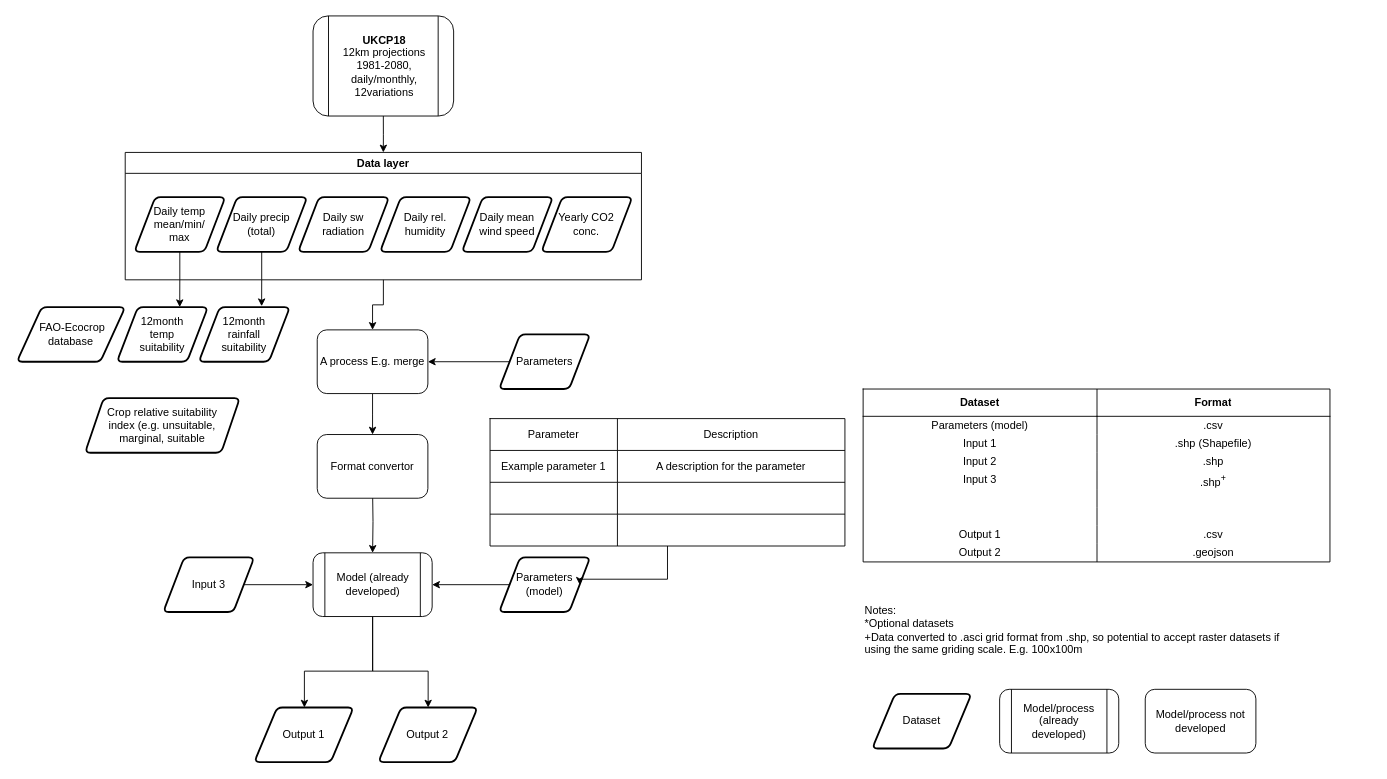
OpenCLIM/workflow-diagrams keeps this draw.io diagram as cropnet/cropnet.drawio. Above is the earlier version. Source tidied: cells renumbered, new cells numbered last; positions are measured from the earlier drawing's top-left corner, leaving out a move shared by most shapes. Both pictures are drawn from the tidied source at 91%, with x=0, y=0 at pixel (16, 15).
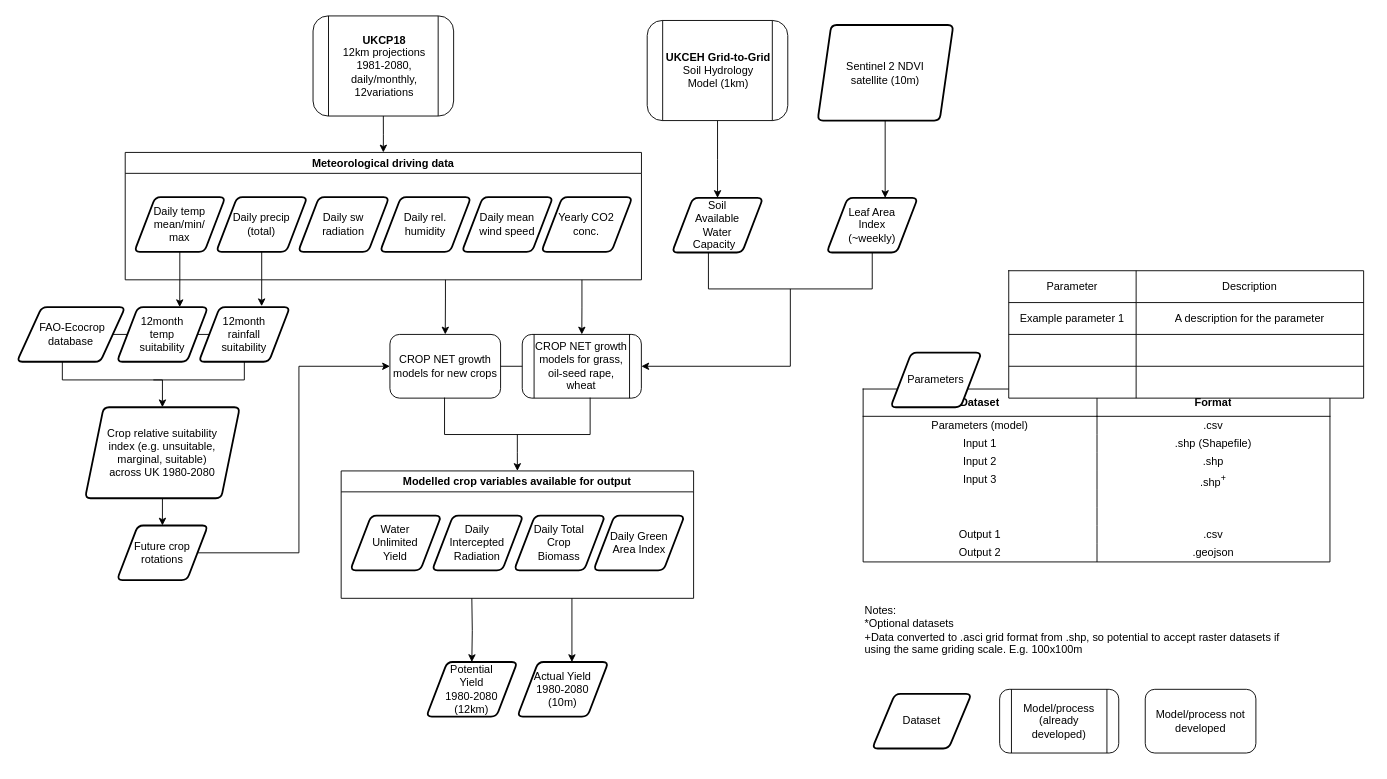
The same page after the edit.

Unchanged cells that the change refers to:
```xml
<mxCell id="74" value="&lt;div&gt;12month &lt;br&gt;&lt;/div&gt;&lt;div&gt;temp&lt;/div&gt;&lt;div&gt;suitability&lt;br&gt;&lt;/div&gt;" style="shape=parallelogram;html=1;strokeWidth=2;perimeter=parallelogramPerimeter;whiteSpace=wrap;rounded=1;arcSize=12;size=0.23;" parent="1" vertex="1">
  <mxGeometry x="110" y="320" width="100" height="60" as="geometry" />
</mxCell>
<mxCell id="75" value="&lt;div&gt;12month &lt;br&gt;&lt;/div&gt;&lt;div&gt;rainfall&lt;/div&gt;&lt;div&gt;suitability&lt;br&gt;&lt;/div&gt;" style="shape=parallelogram;html=1;strokeWidth=2;perimeter=parallelogramPerimeter;whiteSpace=wrap;rounded=1;arcSize=12;size=0.23;" parent="1" vertex="1">
  <mxGeometry x="200" y="320" width="100" height="60" as="geometry" />
</mxCell>
<mxCell id="79" value="&lt;div&gt;&amp;nbsp;FAO-Ecocrop&lt;/div&gt;&lt;div&gt;database&lt;br&gt;&lt;/div&gt;" style="shape=parallelogram;html=1;strokeWidth=2;perimeter=parallelogramPerimeter;whiteSpace=wrap;rounded=1;arcSize=12;size=0.23;" parent="1" vertex="1">
  <mxGeometry y="320" width="119.1" height="60" as="geometry" />
</mxCell>
```

Diff of the diagram source:
```diff
@@
-    <mxCell id="2" style="edgeStyle=orthogonalEdgeStyle;rounded=0;jettySize=auto;html=1;exitX=0.5;exitY=1;exitDx=0;exitDy=0;" parent="1" edge="1" source="66" target="6">
-      <mxGeometry relative="1" as="geometry">
-        <Array as="points">
-          <mxPoint x="391" y="720" />
-          <mxPoint x="316" y="720" />
-        </Array>
-      </mxGeometry>
-    </mxCell>
-    <mxCell id="3" style="edgeStyle=orthogonalEdgeStyle;rounded=0;jettySize=auto;html=1;" parent="1" edge="1" source="66" target="48">
-      <mxGeometry relative="1" as="geometry">
-        <Array as="points">
-          <mxPoint x="391" y="720" />
-          <mxPoint x="452" y="720" />
-        </Array>
-      </mxGeometry>
-    </mxCell>
-    <mxCell id="4" style="edgeStyle=orthogonalEdgeStyle;rounded=0;jettySize=auto;html=1;" parent="1" edge="1" source="5" target="66">
-      <mxGeometry relative="1" as="geometry" />
-    </mxCell>
-    <mxCell id="5" value="Input 3" style="shape=parallelogram;html=1;strokeWidth=2;perimeter=parallelogramPerimeter;whiteSpace=wrap;rounded=1;arcSize=12;size=0.23;" parent="1" vertex="1">
-      <mxGeometry x="160.9" y="595" width="100" height="60" as="geometry" />
-    </mxCell>
-    <mxCell id="6" value="&lt;div&gt;Output 1&lt;/div&gt;" style="shape=parallelogram;html=1;strokeWidth=2;perimeter=parallelogramPerimeter;whiteSpace=wrap;rounded=1;arcSize=12;size=0.23;" parent="1" vertex="1">
-      <mxGeometry x="260.9" y="760" width="109.1" height="60" as="geometry" />
-    </mxCell>
-    <mxCell id="7" style="edgeStyle=orthogonalEdgeStyle;rounded=0;jettySize=auto;html=1;exitX=0.5;exitY=1;exitDx=0;exitDy=0;" parent="1" edge="1" source="68" target="67">
-      <mxGeometry relative="1" as="geometry" />
-    </mxCell>
-    <mxCell id="8" style="edgeStyle=orthogonalEdgeStyle;rounded=0;jettySize=auto;html=1;" parent="1" edge="1" source="9" target="66">
-      <mxGeometry relative="1" as="geometry" />
-    </mxCell>
-    <mxCell id="9" value="Parameters (model)" style="shape=parallelogram;html=1;strokeWidth=2;perimeter=parallelogramPerimeter;whiteSpace=wrap;rounded=1;arcSize=12;size=0.23;" parent="1" vertex="1">
-      <mxGeometry x="530" y="595" width="100" height="60" as="geometry" />
-    </mxCell>
-    <mxCell id="10" style="edgeStyle=orthogonalEdgeStyle;rounded=0;jettySize=auto;html=1;entryX=0.5;entryY=0;entryDx=0;entryDy=0;" parent="1" edge="1" target="66">
-      <mxGeometry relative="1" as="geometry">
-        <mxPoint x="390.9" y="520" as="sourcePoint" />
-      </mxGeometry>
-    </mxCell>
     <mxCell id="11" style="edgeStyle=orthogonalEdgeStyle;rounded=0;jettySize=auto;html=1;entryX=0.5;entryY=0;entryDx=0;entryDy=0;" parent="1" edge="1" source="12" target="68">
-      <mxGeometry relative="1" as="geometry" />
+      <mxGeometry relative="1" as="geometry">
+        <Array as="points">
+          <mxPoint x="471" y="310" />
+          <mxPoint x="471" y="310" />
+        </Array>
+      </mxGeometry>
     </mxCell>
-    <mxCell id="12" value="Data layer" style="swimlane;" parent="1" vertex="1">
+    <mxCell id="12" value="Meteorological driving data" style="swimlane;" parent="1" vertex="1">
       <mxGeometry x="119.1" y="150" width="567.3" height="140" as="geometry" />
     </mxCell>
@@
-    <mxCell id="48" value="Output 2" style="shape=parallelogram;html=1;strokeWidth=2;perimeter=parallelogramPerimeter;whiteSpace=wrap;rounded=1;arcSize=12;size=0.23;" parent="1" vertex="1">
-      <mxGeometry x="397.2" y="760" width="109.1" height="60" as="geometry" />
-    </mxCell>
-    <mxCell id="49" style="edgeStyle=orthogonalEdgeStyle;rounded=0;jettySize=auto;html=1;" parent="1" edge="1" source="50" target="68">
-      <mxGeometry relative="1" as="geometry" />
-    </mxCell>
     <mxCell id="50" value="Parameters" style="shape=parallelogram;html=1;strokeWidth=2;perimeter=parallelogramPerimeter;whiteSpace=wrap;rounded=1;arcSize=12;size=0.23;" parent="1" vertex="1">
-      <mxGeometry x="530" y="350" width="100" height="60" as="geometry" />
+      <mxGeometry x="960.1" y="370" width="100" height="60" as="geometry" />
     </mxCell>
-    <mxCell id="51" style="edgeStyle=orthogonalEdgeStyle;rounded=0;jettySize=auto;html=1;entryX=1;entryY=0.5;entryDx=0;entryDy=0;" parent="1" edge="1" source="52" target="9">
-      <mxGeometry relative="1" as="geometry">
-        <Array as="points">
-          <mxPoint x="715" y="619" />
-        </Array>
-      </mxGeometry>
-    </mxCell>
     <mxCell id="52" style="shape=table;html=1;whiteSpace=wrap;startSize=0;childLayout=tableLayout;" parent="1" vertex="1">
-      <mxGeometry x="520" y="442.5" width="390" height="140" as="geometry" />
+      <mxGeometry x="1090" y="280" width="390" height="140" as="geometry" />
     </mxCell>
@@
-    <mxCell id="66" value="Model (already developed)" style="shape=process;whiteSpace=wrap;html=1;backgroundOutline=1;shadow=0;fontFamily=Helvetica;fontSize=12;fontColor=#000000;align=center;strokeColor=#000000;strokeWidth=1;fillColor=#ffffff;rounded=1;" parent="1" vertex="1">
-      <mxGeometry x="325.5" y="590" width="130.9" height="70" as="geometry" />
-    </mxCell>
-    <mxCell id="67" value="Format convertor" style="rounded=1;whiteSpace=wrap;html=1;fontSize=12;glass=0;strokeWidth=1;shadow=0;" parent="1" vertex="1">
-      <mxGeometry x="330.1" y="460" width="121.6" height="70" as="geometry" />
-    </mxCell>
-    <mxCell id="68" value="A process E.g. merge" style="rounded=1;whiteSpace=wrap;html=1;fontSize=12;glass=0;strokeWidth=1;shadow=0;" parent="1" vertex="1">
-      <mxGeometry x="330.1" y="345" width="121.6" height="70" as="geometry" />
+    <mxCell id="68" value="CROP NET growth models for new crops" style="rounded=1;whiteSpace=wrap;html=1;fontSize=12;glass=0;strokeWidth=1;shadow=0;" parent="1" vertex="1">
+      <mxGeometry x="410" y="350" width="121.6" height="70" as="geometry" />
     </mxCell>
@@
+    <mxCell id="80" style="edgeStyle=orthogonalEdgeStyle;rounded=0;jettySize=auto;html=1;exitX=0.5;exitY=1;exitDx=0;exitDy=0;entryX=0.5;entryY=0;entryDx=0;entryDy=0;" parent="1" edge="1" source="78" target="82">
+      <mxGeometry relative="1" as="geometry" />
+    </mxCell>
-    <mxCell id="78" value="&lt;div&gt;Crop relative suitability&lt;/div&gt;&lt;div&gt;index (e.g. unsuitable,&lt;/div&gt;&lt;div&gt;marginal, suitable&lt;br&gt;&lt;/div&gt;" style="shape=parallelogram;html=1;strokeWidth=2;perimeter=parallelogramPerimeter;whiteSpace=wrap;rounded=1;arcSize=12;size=0.12;" parent="1" vertex="1">
-      <mxGeometry x="75" y="420" width="170" height="60" as="geometry" />
+    <mxCell id="78" value="&lt;div&gt;Crop relative suitability&lt;/div&gt;&lt;div&gt;index (e.g. unsuitable,&lt;/div&gt;&lt;div&gt;marginal, suitable)&lt;/div&gt;&lt;div&gt; across UK 1980-2080&lt;br&gt;&lt;/div&gt;" style="shape=parallelogram;html=1;strokeWidth=2;perimeter=parallelogramPerimeter;whiteSpace=wrap;rounded=1;arcSize=12;size=0.12;" parent="1" vertex="1">
+      <mxGeometry x="75" y="430" width="170" height="100" as="geometry" />
     </mxCell>
@@
+    <mxCell id="81" style="edgeStyle=orthogonalEdgeStyle;rounded=0;jettySize=auto;html=1;exitX=1;exitY=0.5;exitDx=0;exitDy=0;entryX=0;entryY=0.5;entryDx=0;entryDy=0;" parent="1" edge="1" source="82" target="68">
+      <mxGeometry relative="1" as="geometry" />
+    </mxCell>
+    <mxCell id="82" value="&lt;div&gt;Future crop&lt;/div&gt;&lt;div&gt;rotations&lt;br&gt;&lt;/div&gt;" style="shape=parallelogram;html=1;strokeWidth=2;perimeter=parallelogramPerimeter;whiteSpace=wrap;rounded=1;arcSize=12;size=0.23;" parent="1" vertex="1">
+      <mxGeometry x="110" y="560" width="100" height="60" as="geometry" />
+    </mxCell>
+    <mxCell id="83" style="endArrow=none;html=1;entryX=0;entryY=0.5;entryDx=0;entryDy=0;" parent="1" edge="1" source="79" target="74">
+      <mxGeometry relative="1" as="geometry" />
+    </mxCell>
+    <mxCell id="84" style="endArrow=none;html=1;entryX=0;entryY=0.5;entryDx=0;entryDy=0;exitX=1;exitY=0.5;exitDx=0;exitDy=0;" parent="1" edge="1" source="74" target="75">
+      <mxGeometry relative="1" as="geometry" />
+    </mxCell>
+    <mxCell id="85" style="edgeStyle=orthogonalEdgeStyle;rounded=0;jettySize=auto;html=1;exitX=0.5;exitY=1;exitDx=0;exitDy=0;entryX=0.5;entryY=0;entryDx=0;entryDy=0;" parent="1" edge="1" source="86" target="78">
+      <mxGeometry relative="1" as="geometry">
+        <Array as="points">
+          <mxPoint x="160" y="400" />
+        </Array>
+      </mxGeometry>
+    </mxCell>
+    <mxCell id="86" style="shape=partialRectangle;whiteSpace=wrap;html=1;bottom=1;right=1;left=1;top=0;fillColor=none;routingCenterX=-0.5;" parent="1" vertex="1">
+      <mxGeometry x="50" y="380" width="200" height="20" as="geometry" />
+    </mxCell>
+    <mxCell id="87" value="CROP NET growth models for grass, oil-seed rape, wheat" style="shape=process;whiteSpace=wrap;html=1;backgroundOutline=1;shadow=0;fontFamily=Helvetica;fontSize=12;fontColor=#000000;align=center;strokeColor=#000000;strokeWidth=1;fillColor=#ffffff;rounded=1;" parent="1" vertex="1">
+      <mxGeometry x="555.4" y="350" width="130.9" height="70" as="geometry" />
+    </mxCell>
+    <mxCell id="88" style="edgeStyle=orthogonalEdgeStyle;rounded=0;jettySize=auto;html=1;entryX=0.5;entryY=0;entryDx=0;entryDy=0;" parent="1" edge="1" target="87">
+      <mxGeometry relative="1" as="geometry">
+        <mxPoint x="621" y="290" as="sourcePoint" />
+        <Array as="points">
+          <mxPoint x="621" y="320" />
+          <mxPoint x="621" y="320" />
+        </Array>
+      </mxGeometry>
+    </mxCell>
+    <mxCell id="89" style="endArrow=none;html=1;exitX=1;exitY=0.5;exitDx=0;exitDy=0;entryX=0;entryY=0.5;entryDx=0;entryDy=0;" parent="1" edge="1" source="68" target="87">
+      <mxGeometry relative="1" as="geometry" />
+    </mxCell>
+    <mxCell id="90" style="edgeStyle=orthogonalEdgeStyle;rounded=0;jettySize=auto;html=1;exitX=0.5;exitY=1;exitDx=0;exitDy=0;entryX=0.5;entryY=0;entryDx=0;entryDy=0;" parent="1" edge="1" source="91" target="93">
+      <mxGeometry relative="1" as="geometry" />
+    </mxCell>
+    <mxCell id="91" style="shape=partialRectangle;whiteSpace=wrap;html=1;bottom=1;right=1;left=1;top=0;fillColor=none;routingCenterX=-0.5;" parent="1" vertex="1">
+      <mxGeometry x="470" y="420" width="160" height="40" as="geometry" />
+    </mxCell>
+    <mxCell id="92" style="edgeStyle=orthogonalEdgeStyle;rounded=0;jettySize=auto;html=1;entryX=0.5;entryY=0;entryDx=0;entryDy=0;" parent="1" edge="1" target="98">
+      <mxGeometry relative="1" as="geometry">
+        <mxPoint x="500" y="640" as="sourcePoint" />
+      </mxGeometry>
+    </mxCell>
+    <mxCell id="93" value="Modelled crop variables available for output" style="swimlane;" parent="1" vertex="1">
+      <mxGeometry x="356.4" y="500" width="387.3" height="140" as="geometry" />
+    </mxCell>
+    <mxCell id="94" value="&lt;div&gt;Water&lt;/div&gt;&lt;div&gt;Unlimited&lt;/div&gt;&lt;div&gt;Yield&lt;br&gt;&lt;/div&gt;" style="shape=parallelogram;html=1;strokeWidth=2;perimeter=parallelogramPerimeter;whiteSpace=wrap;rounded=1;arcSize=12;size=0.23;" parent="93" vertex="1">
+      <mxGeometry x="10" y="49.2" width="100" height="60" as="geometry" />
+    </mxCell>
+    <mxCell id="95" value="&lt;div&gt;Daily &lt;br&gt;&lt;/div&gt;&lt;div&gt;Intercepted&lt;/div&gt;&lt;div&gt;Radiation&lt;br&gt;&lt;/div&gt;" style="shape=parallelogram;html=1;strokeWidth=2;perimeter=parallelogramPerimeter;whiteSpace=wrap;rounded=1;arcSize=12;size=0.23;" parent="93" vertex="1">
+      <mxGeometry x="100" y="49.2" width="100" height="60" as="geometry" />
+    </mxCell>
+    <mxCell id="96" value="&lt;div&gt;Daily Total&lt;/div&gt;&lt;div&gt;Crop &lt;br&gt;&lt;/div&gt;&lt;div&gt;Biomass&lt;br&gt;&lt;/div&gt;" style="shape=parallelogram;html=1;strokeWidth=2;perimeter=parallelogramPerimeter;whiteSpace=wrap;rounded=1;arcSize=12;size=0.23;" parent="93" vertex="1">
+      <mxGeometry x="190" y="49.2" width="100" height="60" as="geometry" />
+    </mxCell>
+    <mxCell id="97" value="&lt;div&gt;Daily Green&lt;/div&gt;&lt;div&gt;Area Index&lt;br&gt;&lt;/div&gt;" style="shape=parallelogram;html=1;strokeWidth=2;perimeter=parallelogramPerimeter;whiteSpace=wrap;rounded=1;arcSize=12;size=0.23;" parent="93" vertex="1">
+      <mxGeometry x="277.3" y="49.2" width="100" height="60" as="geometry" />
+    </mxCell>
+    <mxCell id="98" value="&lt;div&gt;Potential&lt;/div&gt;&lt;div&gt;Yield&lt;/div&gt;&lt;div&gt;1980-2080&lt;br&gt;&lt;/div&gt;&lt;div&gt; (12km)&lt;/div&gt;" style="shape=parallelogram;html=1;strokeWidth=2;perimeter=parallelogramPerimeter;whiteSpace=wrap;rounded=1;arcSize=12;size=0.23;" parent="1" vertex="1">
+      <mxGeometry x="450" y="710" width="100" height="60" as="geometry" />
+    </mxCell>
+    <mxCell id="99" value="&lt;div&gt;Actual Yield&lt;/div&gt;&lt;div&gt;1980-2080&lt;br&gt;&lt;/div&gt;&lt;div&gt;(10m)&lt;br&gt;&lt;/div&gt;" style="shape=parallelogram;html=1;strokeWidth=2;perimeter=parallelogramPerimeter;whiteSpace=wrap;rounded=1;arcSize=12;size=0.23;" parent="1" vertex="1">
+      <mxGeometry x="550" y="710" width="100" height="60" as="geometry" />
+    </mxCell>
+    <mxCell id="100" style="edgeStyle=orthogonalEdgeStyle;rounded=0;orthogonalLoop=1;jettySize=auto;html=1;entryX=0.5;entryY=0;entryDx=0;entryDy=0;" parent="1" edge="1">
+      <mxGeometry relative="1" as="geometry">
+        <mxPoint x="610" y="640" as="sourcePoint" />
+        <mxPoint x="610" y="710" as="targetPoint" />
+      </mxGeometry>
+    </mxCell>
+    <mxCell id="101" style="edgeStyle=orthogonalEdgeStyle;rounded=0;jettySize=auto;html=1;" parent="1" edge="1" source="102" target="104">
+      <mxGeometry relative="1" as="geometry" />
+    </mxCell>
+    <mxCell id="102" value="&lt;div&gt;&lt;b&gt;UKCEH Grid-to-Grid&lt;/b&gt;&lt;/div&gt;&lt;div&gt;Soil Hydrology &lt;br&gt;&lt;/div&gt;&lt;div&gt;Model (1km)&lt;br&gt;&lt;/div&gt;" style="shape=process;whiteSpace=wrap;html=1;backgroundOutline=1;shadow=0;fontFamily=Helvetica;fontSize=12;fontColor=#000000;align=center;strokeColor=#000000;strokeWidth=1;fillColor=#ffffff;rounded=1;" parent="1" vertex="1">
+      <mxGeometry x="692.7" y="5" width="154.5" height="110" as="geometry" />
+    </mxCell>
+    <mxCell id="103" value="&lt;div&gt;Sentinel 2 NDVI&lt;/div&gt;&lt;div&gt;satellite (10m)&lt;br&gt;&lt;/div&gt;" style="shape=parallelogram;html=1;strokeWidth=2;perimeter=parallelogramPerimeter;whiteSpace=wrap;rounded=1;arcSize=12;size=0.10062386798148636;" parent="1" vertex="1">
+      <mxGeometry x="880" y="10" width="149.1" height="105" as="geometry" />
+    </mxCell>
+    <mxCell id="104" value="&lt;div&gt;Soil &lt;br&gt;&lt;/div&gt;&lt;div&gt; Available &lt;br&gt;&lt;/div&gt;&lt;div&gt;Water &lt;br&gt;&lt;/div&gt;&lt;div&gt;&amp;nbsp;&amp;nbsp; Capacity&amp;nbsp;&amp;nbsp;&amp;nbsp;&amp;nbsp;&amp;nbsp; &lt;/div&gt;" style="shape=parallelogram;html=1;strokeWidth=2;perimeter=parallelogramPerimeter;whiteSpace=wrap;rounded=1;arcSize=12;size=0.23;" parent="1" vertex="1">
+      <mxGeometry x="720" y="200" width="100" height="60" as="geometry" />
+    </mxCell>
+    <mxCell id="105" value="&lt;div&gt;Leaf Area&lt;/div&gt;&lt;div&gt;Index &lt;br&gt;&lt;/div&gt;&lt;div&gt;(~weekly)&lt;br&gt;&lt;/div&gt;" style="shape=parallelogram;html=1;strokeWidth=2;perimeter=parallelogramPerimeter;whiteSpace=wrap;rounded=1;arcSize=12;size=0.23;" parent="1" vertex="1">
+      <mxGeometry x="890" y="200" width="100" height="60" as="geometry" />
+    </mxCell>
+    <mxCell id="106" style="edgeStyle=orthogonalEdgeStyle;rounded=0;orthogonalLoop=1;jettySize=auto;html=1;" parent="1" edge="1">
+      <mxGeometry relative="1" as="geometry">
+        <mxPoint x="954.2" y="115" as="sourcePoint" />
+        <mxPoint x="954.2" y="200" as="targetPoint" />
+      </mxGeometry>
+    </mxCell>
+    <mxCell id="107" style="edgeStyle=orthogonalEdgeStyle;rounded=0;jettySize=auto;html=1;exitX=0.5;exitY=1;exitDx=0;exitDy=0;entryX=1;entryY=0.5;entryDx=0;entryDy=0;" parent="1" edge="1" source="108" target="87">
+      <mxGeometry relative="1" as="geometry" />
+    </mxCell>
+    <mxCell id="108" style="shape=partialRectangle;whiteSpace=wrap;html=1;bottom=1;right=1;left=1;top=0;fillColor=none;routingCenterX=-0.5;" parent="1" vertex="1">
+      <mxGeometry x="760" y="260" width="180" height="40" as="geometry" />
+    </mxCell>
```
